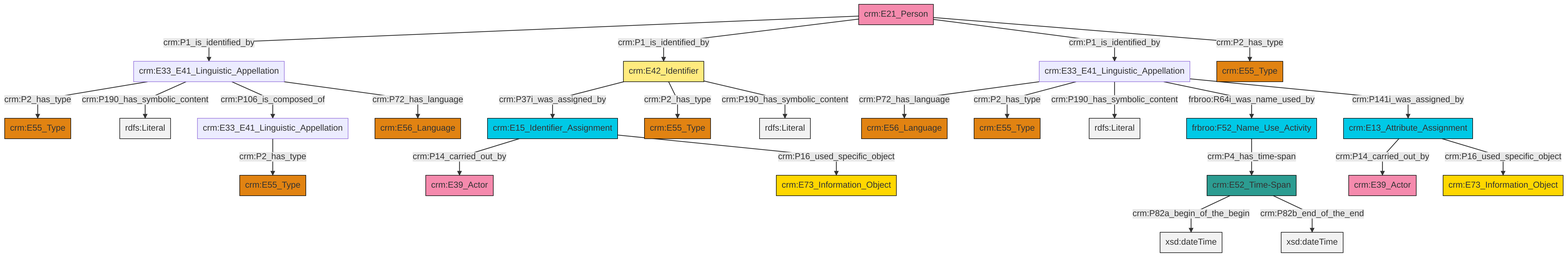
The Mermaid diagram et/personCSV/ttl/mmd/png/Person_Names_and_Classification.png in swiss-art-research-net/reference-data-models, before a commit. Its source is kept beside it as et/personCSV/ttl/mmd/Person_Names_and_Classification.ttl.mmd.
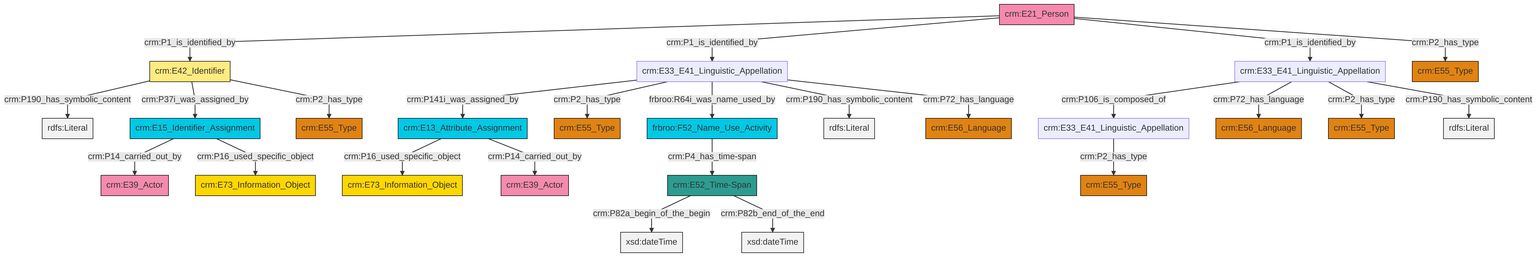
The same diagram one commit later.

Diff of the diagram source:
```diff
@@ -13,27 +13,27 @@
 classDef PC_Classes fill:#4ce600, stroke:#000000;
 classDef Multi fill:#cccccc,stroke:#000000;
 
-0["crm:E21_Person"]:::Actor -->|crm:P1_is_identified_by| 4["crm:E33_E41_Linguistic_Appellation"]:::Default
-5["crm:E15_Identifier_Assignment"]:::Temporal_Entity -->|crm:P14_carried_out_by| 6["crm:E39_Actor"]:::Actor
-9["crm:E33_E41_Linguistic_Appellation"]:::Default -->|crm:P72_has_language| 10["crm:E56_Language"]:::Type
-4["crm:E33_E41_Linguistic_Appellation"]:::Default -->|crm:P2_has_type| 13["crm:E55_Type"]:::Type
-0["crm:E21_Person"]:::Actor -->|crm:P1_is_identified_by| 14["crm:E42_Identifier"]:::Appellation
-2["frbroo:F52_Name_Use_Activity"]:::Temporal_Entity -->|crm:P4_has_time-span| 15["crm:E52_Time-Span"]:::Time-Span
-0["crm:E21_Person"]:::Actor -->|crm:P1_is_identified_by| 9["crm:E33_E41_Linguistic_Appellation"]:::Default
-4["crm:E33_E41_Linguistic_Appellation"]:::Default -->|crm:P190_has_symbolic_content| 22[rdfs:Literal]:::Literal
-23["crm:E33_E41_Linguistic_Appellation"]:::Default -->|crm:P2_has_type| 20["crm:E55_Type"]:::Type
-15["crm:E52_Time-Span"]:::Time-Span -->|crm:P82a_begin_of_the_begin| 24[xsd:dateTime]:::Literal
-5["crm:E15_Identifier_Assignment"]:::Temporal_Entity -->|crm:P16_used_specific_object| 7["crm:E73_Information_Object"]:::Conceptual_Object
-9["crm:E33_E41_Linguistic_Appellation"]:::Default -->|crm:P2_has_type| 26["crm:E55_Type"]:::Type
-9["crm:E33_E41_Linguistic_Appellation"]:::Default -->|crm:P190_has_symbolic_content| 28[rdfs:Literal]:::Literal
-14["crm:E42_Identifier"]:::Appellation -->|crm:P37i_was_assigned_by| 5["crm:E15_Identifier_Assignment"]:::Temporal_Entity
-4["crm:E33_E41_Linguistic_Appellation"]:::Default -->|crm:P106_is_composed_of| 23["crm:E33_E41_Linguistic_Appellation"]:::Default
-29["crm:E13_Attribute_Assignment"]:::Temporal_Entity -->|crm:P14_carried_out_by| 16["crm:E39_Actor"]:::Actor
-29["crm:E13_Attribute_Assignment"]:::Temporal_Entity -->|crm:P16_used_specific_object| 18["crm:E73_Information_Object"]:::Conceptual_Object
-9["crm:E33_E41_Linguistic_Appellation"]:::Default -->|frbroo:R64i_was_name_used_by| 2["frbroo:F52_Name_Use_Activity"]:::Temporal_Entity
-14["crm:E42_Identifier"]:::Appellation -->|crm:P2_has_type| 11["crm:E55_Type"]:::Type
-4["crm:E33_E41_Linguistic_Appellation"]:::Default -->|crm:P72_has_language| 34["crm:E56_Language"]:::Type
-0["crm:E21_Person"]:::Actor -->|crm:P2_has_type| 38["crm:E55_Type"]:::Type
-9["crm:E33_E41_Linguistic_Appellation"]:::Default -->|crm:P141i_was_assigned_by| 29["crm:E13_Attribute_Assignment"]:::Temporal_Entity
-14["crm:E42_Identifier"]:::Appellation -->|crm:P190_has_symbolic_content| 42[rdfs:Literal]:::Literal
-15["crm:E52_Time-Span"]:::Time-Span -->|crm:P82b_end_of_the_end| 45[xsd:dateTime]:::Literal
+2["crm:E33_E41_Linguistic_Appellation"]:::Default -->|crm:P141i_was_assigned_by| 3["crm:E13_Attribute_Assignment"]:::Temporal_Entity
+4["crm:E33_E41_Linguistic_Appellation"]:::Default -->|crm:P106_is_composed_of| 5["crm:E33_E41_Linguistic_Appellation"]:::Default
+8["crm:E42_Identifier"]:::Appellation -->|crm:P190_has_symbolic_content| 9[rdfs:Literal]:::Literal
+10["crm:E21_Person"]:::Actor -->|crm:P1_is_identified_by| 8["crm:E42_Identifier"]:::Appellation
+2["crm:E33_E41_Linguistic_Appellation"]:::Default -->|crm:P2_has_type| 13["crm:E55_Type"]:::Type
+10["crm:E21_Person"]:::Actor -->|crm:P1_is_identified_by| 2["crm:E33_E41_Linguistic_Appellation"]:::Default
+14["frbroo:F52_Name_Use_Activity"]:::Temporal_Entity -->|crm:P4_has_time-span| 15["crm:E52_Time-Span"]:::Time-Span
+15["crm:E52_Time-Span"]:::Time-Span -->|crm:P82a_begin_of_the_begin| 21[xsd:dateTime]:::Literal
+15["crm:E52_Time-Span"]:::Time-Span -->|crm:P82b_end_of_the_end| 25[xsd:dateTime]:::Literal
+5["crm:E33_E41_Linguistic_Appellation"]:::Default -->|crm:P2_has_type| 16["crm:E55_Type"]:::Type
+8["crm:E42_Identifier"]:::Appellation -->|crm:P37i_was_assigned_by| 11["crm:E15_Identifier_Assignment"]:::Temporal_Entity
+4["crm:E33_E41_Linguistic_Appellation"]:::Default -->|crm:P72_has_language| 28["crm:E56_Language"]:::Type
+3["crm:E13_Attribute_Assignment"]:::Temporal_Entity -->|crm:P16_used_specific_object| 18["crm:E73_Information_Object"]:::Conceptual_Object
+4["crm:E33_E41_Linguistic_Appellation"]:::Default -->|crm:P2_has_type| 29["crm:E55_Type"]:::Type
+4["crm:E33_E41_Linguistic_Appellation"]:::Default -->|crm:P190_has_symbolic_content| 32[rdfs:Literal]:::Literal
+2["crm:E33_E41_Linguistic_Appellation"]:::Default -->|frbroo:R64i_was_name_used_by| 14["frbroo:F52_Name_Use_Activity"]:::Temporal_Entity
+11["crm:E15_Identifier_Assignment"]:::Temporal_Entity -->|crm:P14_carried_out_by| 33["crm:E39_Actor"]:::Actor
+3["crm:E13_Attribute_Assignment"]:::Temporal_Entity -->|crm:P14_carried_out_by| 0["crm:E39_Actor"]:::Actor
+8["crm:E42_Identifier"]:::Appellation -->|crm:P2_has_type| 36["crm:E55_Type"]:::Type
+10["crm:E21_Person"]:::Actor -->|crm:P1_is_identified_by| 4["crm:E33_E41_Linguistic_Appellation"]:::Default
+10["crm:E21_Person"]:::Actor -->|crm:P2_has_type| 42["crm:E55_Type"]:::Type
+11["crm:E15_Identifier_Assignment"]:::Temporal_Entity -->|crm:P16_used_specific_object| 6["crm:E73_Information_Object"]:::Conceptual_Object
+2["crm:E33_E41_Linguistic_Appellation"]:::Default -->|crm:P190_has_symbolic_content| 43[rdfs:Literal]:::Literal
+2["crm:E33_E41_Linguistic_Appellation"]:::Default -->|crm:P72_has_language| 38["crm:E56_Language"]:::Type
```
